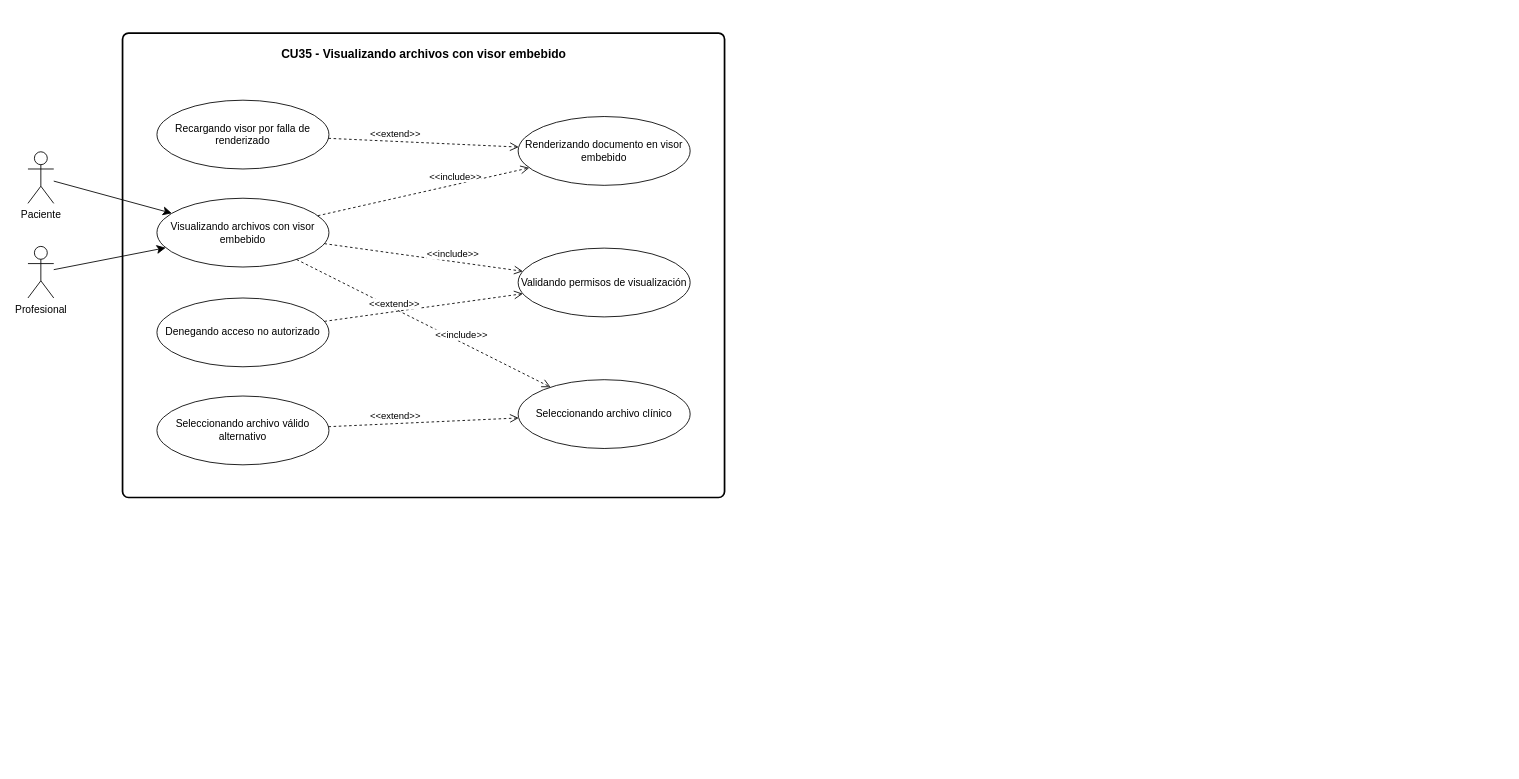
This is Documento 0/Diagramas de CU/CU35.drawio from souln4me/IDS_Documentacion_Grupo17, a draw.io file, before an edit. Source tidied: cells renumbered, new cells numbered last; positions are measured from the earlier drawing's top-left corner, leaving out a move shared by most shapes. Both pictures are drawn from the tidied source at 86%, with x=0, y=0 at pixel (28, 33).
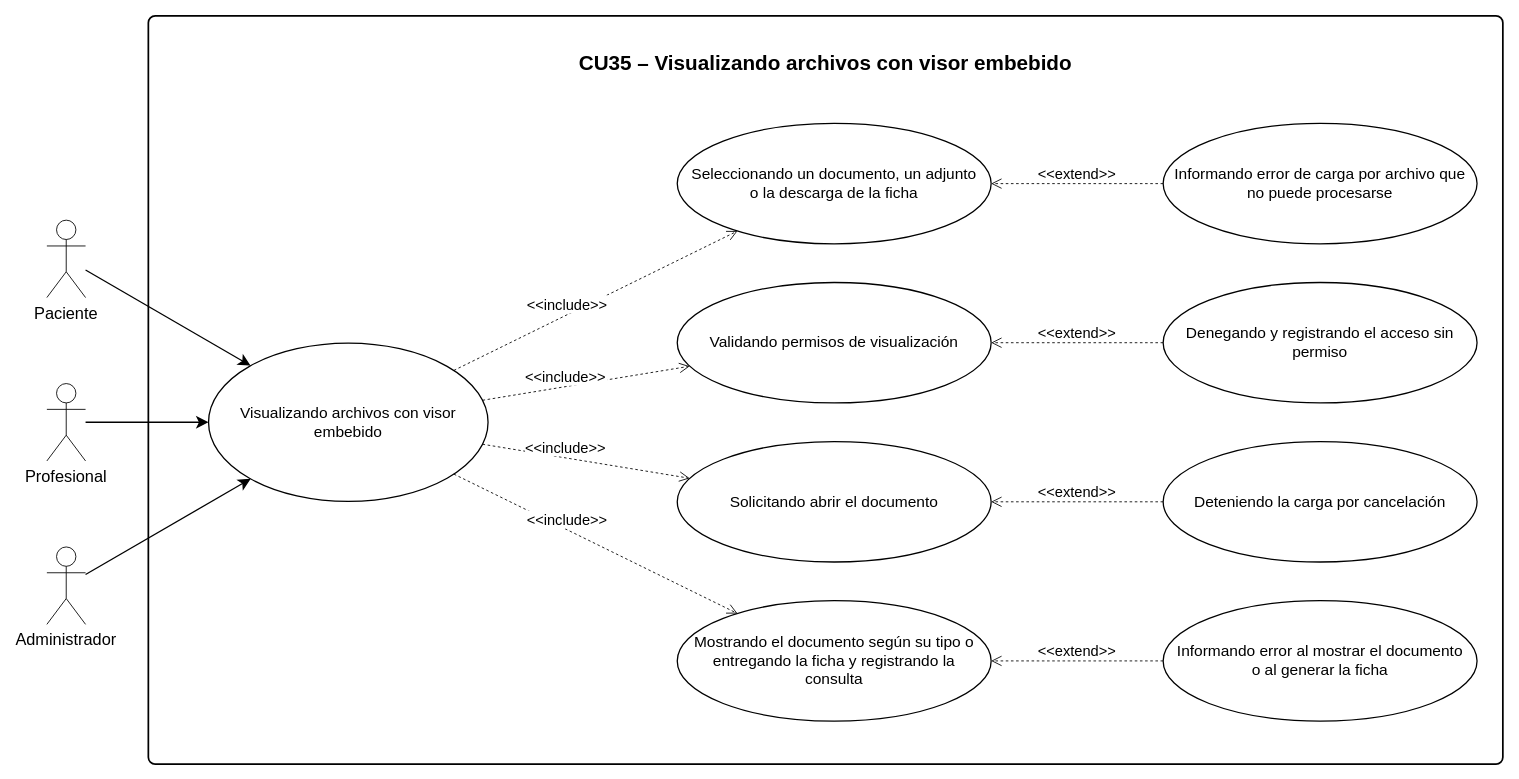
The same diagram, later.

Diff of the diagram source:
```diff
@@
-<mxGraphModel>
+<mxGraphModel background="#ffffff">
@@
-    <mxCell id="2" style="rounded=1;whiteSpace=wrap;html=1;absoluteArcSize=1;arcSize=14;strokeWidth=2;fillColor=none;" parent="1" vertex="1">
-      <mxGeometry x="110" width="700" height="540" as="geometry" />
-    </mxCell>
+    <mxCell id="21" style="rounded=1;whiteSpace=wrap;html=0;absoluteArcSize=1;arcSize=16;strokeWidth=2;fillColor=none;strokeColor=#000000;" parent="1" vertex="1">
+      <mxGeometry x="140" y="-20" width="1575" height="870" as="geometry" />
+    </mxCell>
-    <mxCell id="3" value="CU35 - Visualizando archivos con visor embebido" style="text;html=1;align=center;verticalAlign=middle;fontStyle=1;strokeColor=none;fillColor=none;fontSize=14;" parent="1" vertex="1">
-      <mxGeometry x="110" y="10" width="700" height="30" as="geometry" />
+    <mxCell id="3" value="CU35 – Visualizando archivos con visor embebido" style="text;html=0;align=center;verticalAlign=middle;fontStyle=1;strokeColor=none;fillColor=none;fontSize=24;fontFamily=Arial;fontColor=#000000;" parent="1" vertex="1">
+      <mxGeometry x="170" width="1515" height="65" as="geometry" />
     </mxCell>
-    <mxCell id="4" value="Recargando visor por falla de renderizado" style="ellipse;whiteSpace=wrap;html=1;" parent="1" vertex="1">
-      <mxGeometry x="150" y="78" width="200" height="80" as="geometry" />
-    </mxCell>
-    <mxCell id="5" value="Visualizando archivos con visor embebido" style="ellipse;whiteSpace=wrap;html=1;" parent="1" vertex="1">
-      <mxGeometry x="150" y="192" width="200" height="80" as="geometry" />
+    <mxCell id="5" value="Visualizando archivos con visor embebido" style="ellipse;whiteSpace=wrap;html=0;align=center;verticalAlign=middle;fillColor=#FFFFFF;strokeColor=#000000;strokeWidth=1.5;fontFamily=Arial;fontSize=18;fontColor=#000000;spacing=12;" parent="1" vertex="1">
+      <mxGeometry x="210" y="360.5" width="325" height="184" as="geometry" />
     </mxCell>
-    <mxCell id="6" value="Denegando acceso no autorizado" style="ellipse;whiteSpace=wrap;html=1;" parent="1" vertex="1">
-      <mxGeometry x="150" y="308" width="200" height="80" as="geometry" />
-    </mxCell>
-    <mxCell id="7" value="Seleccionando archivo válido alternativo" style="ellipse;whiteSpace=wrap;html=1;" parent="1" vertex="1">
-      <mxGeometry x="150" y="422" width="200" height="80" as="geometry" />
-    </mxCell>
-    <mxCell id="8" value="Renderizando documento en visor embebido" style="ellipse;whiteSpace=wrap;html=1;" parent="1" vertex="1">
-      <mxGeometry x="570" y="97" width="200" height="80" as="geometry" />
-    </mxCell>
-    <mxCell id="9" value="Validando permisos de visualización" style="ellipse;whiteSpace=wrap;html=1;" parent="1" vertex="1">
-      <mxGeometry x="570" y="250" width="200" height="80" as="geometry" />
-    </mxCell>
-    <mxCell id="10" value="Seleccionando archivo clínico" style="ellipse;whiteSpace=wrap;html=1;" parent="1" vertex="1">
-      <mxGeometry x="570" y="403" width="200" height="80" as="geometry" />
-    </mxCell>
-    <mxCell id="11" value="&amp;lt;&amp;lt;include&amp;gt;&amp;gt;" style="html=1;verticalAlign=bottom;endArrow=open;dashed=1;endSize=8;curved=0;rounded=0;" parent="1" edge="1" source="5" target="8">
-      <mxGeometry x="0.3" relative="1" as="geometry" />
-    </mxCell>
-    <mxCell id="12" value="&amp;lt;&amp;lt;include&amp;gt;&amp;gt;" style="html=1;verticalAlign=bottom;endArrow=open;dashed=1;endSize=8;curved=0;rounded=0;" parent="1" edge="1" source="5" target="9">
-      <mxGeometry x="0.3" relative="1" as="geometry" />
-    </mxCell>
-    <mxCell id="13" value="&amp;lt;&amp;lt;include&amp;gt;&amp;gt;" style="html=1;verticalAlign=bottom;endArrow=open;dashed=1;endSize=8;curved=0;rounded=0;" parent="1" edge="1" source="5" target="10">
-      <mxGeometry x="0.3" relative="1" as="geometry" />
-    </mxCell>
-    <mxCell id="14" value="&amp;lt;&amp;lt;extend&amp;gt;&amp;gt;" style="html=1;verticalAlign=bottom;endArrow=open;dashed=1;endSize=8;curved=0;rounded=0;" parent="1" edge="1" source="4" target="8">
-      <mxGeometry x="-0.3" relative="1" as="geometry" />
-    </mxCell>
-    <mxCell id="15" value="&amp;lt;&amp;lt;extend&amp;gt;&amp;gt;" style="html=1;verticalAlign=bottom;endArrow=open;dashed=1;endSize=8;curved=0;rounded=0;" parent="1" edge="1" source="6" target="9">
-      <mxGeometry x="-0.3" relative="1" as="geometry" />
-    </mxCell>
-    <mxCell id="16" value="&amp;lt;&amp;lt;extend&amp;gt;&amp;gt;" style="html=1;verticalAlign=bottom;endArrow=open;dashed=1;endSize=8;curved=0;rounded=0;" parent="1" edge="1" source="7" target="10">
-      <mxGeometry x="-0.3" relative="1" as="geometry" />
-    </mxCell>
-    <mxCell id="17" value="Paciente" style="shape=umlActor;verticalLabelPosition=bottom;verticalAlign=top;html=1;outlineConnect=0;" parent="1" vertex="1">
-      <mxGeometry y="138" width="30" height="60" as="geometry" />
+    <mxCell id="17" value="Paciente" style="shape=umlActor;verticalLabelPosition=bottom;verticalAlign=top;html=0;outlineConnect=0;fillColor=#FFFFFF;strokeColor=#000000;fontFamily=Arial;fontSize=19;fontColor=#000000;" parent="1" vertex="1">
+      <mxGeometry x="22" y="217.5" width="45" height="90" as="geometry" />
     </mxCell>
-    <mxCell id="18" style="html=1;endArrow=classic;endSize=8;curved=0;rounded=0;" parent="1" edge="1" source="17" target="5">
+    <mxCell id="18" style="html=0;endArrow=classic;endSize=10;curved=0;rounded=0;strokeColor=#000000;strokeWidth=1.5;" parent="1" edge="1" source="17" target="5">
       <mxGeometry relative="1" as="geometry" />
     </mxCell>
-    <mxCell id="19" value="Profesional" style="shape=umlActor;verticalLabelPosition=bottom;verticalAlign=top;html=1;outlineConnect=0;" parent="1" vertex="1">
-      <mxGeometry y="248" width="30" height="60" as="geometry" />
+    <mxCell id="19" value="Profesional" style="shape=umlActor;verticalLabelPosition=bottom;verticalAlign=top;html=0;outlineConnect=0;fillColor=#FFFFFF;strokeColor=#000000;fontFamily=Arial;fontSize=19;fontColor=#000000;" parent="1" vertex="1">
+      <mxGeometry x="22" y="407.5" width="45" height="90" as="geometry" />
     </mxCell>
-    <mxCell id="20" style="html=1;endArrow=classic;endSize=8;curved=0;rounded=0;" parent="1" edge="1" source="19" target="5">
+    <mxCell id="20" style="html=0;endArrow=classic;endSize=10;curved=0;rounded=0;strokeColor=#000000;strokeWidth=1.5;" parent="1" edge="1" source="19" target="5">
       <mxGeometry relative="1" as="geometry" />
     </mxCell>
+    <mxCell id="22" value="Administrador" style="shape=umlActor;verticalLabelPosition=bottom;verticalAlign=top;html=0;outlineConnect=0;fillColor=#FFFFFF;strokeColor=#000000;fontFamily=Arial;fontSize=19;fontColor=#000000;" parent="1" vertex="1">
+      <mxGeometry x="22" y="597.5" width="45" height="90" as="geometry" />
+    </mxCell>
+    <mxCell id="23" style="html=0;endArrow=classic;endSize=10;curved=0;rounded=0;strokeColor=#000000;strokeWidth=1.5;" parent="1" edge="1" source="22" target="5">
+      <mxGeometry relative="1" as="geometry" />
+    </mxCell>
+    <mxCell id="24" value="Seleccionando un documento, un adjunto o la descarga de la ficha" style="ellipse;whiteSpace=wrap;html=0;align=center;verticalAlign=middle;fillColor=#FFFFFF;strokeColor=#000000;strokeWidth=1.5;fontFamily=Arial;fontSize=18;fontColor=#000000;spacing=12;" parent="1" vertex="1">
+      <mxGeometry x="755" y="105" width="365" height="140" as="geometry" />
+    </mxCell>
+    <mxCell id="25" value="&lt;&lt;include&gt;&gt;" style="html=0;verticalAlign=bottom;endArrow=open;endFill=0;dashed=1;endSize=10;curved=0;rounded=0;strokeColor=#000000;fontColor=#000000;fontFamily=Arial;fontSize=17;labelBackgroundColor=#FFFFFF;" parent="1" edge="1" source="5" target="24">
+      <mxGeometry x="-0.2" relative="1" as="geometry" />
+    </mxCell>
+    <mxCell id="9" value="Validando permisos de visualización" style="ellipse;whiteSpace=wrap;html=0;align=center;verticalAlign=middle;fillColor=#FFFFFF;strokeColor=#000000;strokeWidth=1.5;fontFamily=Arial;fontSize=18;fontColor=#000000;spacing=12;" parent="1" vertex="1">
+      <mxGeometry x="755" y="290" width="365" height="140" as="geometry" />
+    </mxCell>
+    <mxCell id="12" value="&lt;&lt;include&gt;&gt;" style="html=0;verticalAlign=bottom;endArrow=open;endFill=0;dashed=1;endSize=10;curved=0;rounded=0;strokeColor=#000000;fontColor=#000000;fontFamily=Arial;fontSize=17;labelBackgroundColor=#FFFFFF;" parent="1" edge="1" source="5" target="9">
+      <mxGeometry x="-0.2" relative="1" as="geometry" />
+    </mxCell>
+    <mxCell id="26" value="Solicitando abrir el documento" style="ellipse;whiteSpace=wrap;html=0;align=center;verticalAlign=middle;fillColor=#FFFFFF;strokeColor=#000000;strokeWidth=1.5;fontFamily=Arial;fontSize=18;fontColor=#000000;spacing=12;" parent="1" vertex="1">
+      <mxGeometry x="755" y="475" width="365" height="140" as="geometry" />
+    </mxCell>
+    <mxCell id="27" value="&lt;&lt;include&gt;&gt;" style="html=0;verticalAlign=bottom;endArrow=open;endFill=0;dashed=1;endSize=10;curved=0;rounded=0;strokeColor=#000000;fontColor=#000000;fontFamily=Arial;fontSize=17;labelBackgroundColor=#FFFFFF;" parent="1" edge="1" source="5" target="26">
+      <mxGeometry x="-0.2" relative="1" as="geometry" />
+    </mxCell>
+    <mxCell id="28" value="Mostrando el documento según su tipo o entregando la ficha y registrando la consulta" style="ellipse;whiteSpace=wrap;html=0;align=center;verticalAlign=middle;fillColor=#FFFFFF;strokeColor=#000000;strokeWidth=1.5;fontFamily=Arial;fontSize=18;fontColor=#000000;spacing=12;" parent="1" vertex="1">
+      <mxGeometry x="755" y="660" width="365" height="140" as="geometry" />
+    </mxCell>
+    <mxCell id="29" value="&lt;&lt;include&gt;&gt;" style="html=0;verticalAlign=bottom;endArrow=open;endFill=0;dashed=1;endSize=10;curved=0;rounded=0;strokeColor=#000000;fontColor=#000000;fontFamily=Arial;fontSize=17;labelBackgroundColor=#FFFFFF;" parent="1" edge="1" source="5" target="28">
+      <mxGeometry x="-0.2" relative="1" as="geometry" />
+    </mxCell>
+    <mxCell id="30" value="Informando error de carga por archivo que no puede procesarse" style="ellipse;whiteSpace=wrap;html=0;align=center;verticalAlign=middle;fillColor=#FFFFFF;strokeColor=#000000;strokeWidth=1.5;fontFamily=Arial;fontSize=18;fontColor=#000000;spacing=12;" parent="1" vertex="1">
+      <mxGeometry x="1320" y="105" width="365" height="140" as="geometry" />
+    </mxCell>
+    <mxCell id="31" value="&lt;&lt;extend&gt;&gt;" style="html=0;verticalAlign=bottom;endArrow=open;endFill=0;dashed=1;endSize=10;curved=0;rounded=0;strokeColor=#000000;fontColor=#000000;fontFamily=Arial;fontSize=17;labelBackgroundColor=#FFFFFF;" parent="1" edge="1" source="30" target="24">
+      <mxGeometry relative="1" as="geometry" />
+    </mxCell>
+    <mxCell id="32" value="Denegando y registrando el acceso sin permiso" style="ellipse;whiteSpace=wrap;html=0;align=center;verticalAlign=middle;fillColor=#FFFFFF;strokeColor=#000000;strokeWidth=1.5;fontFamily=Arial;fontSize=18;fontColor=#000000;spacing=12;" parent="1" vertex="1">
+      <mxGeometry x="1320" y="290" width="365" height="140" as="geometry" />
+    </mxCell>
+    <mxCell id="33" value="&lt;&lt;extend&gt;&gt;" style="html=0;verticalAlign=bottom;endArrow=open;endFill=0;dashed=1;endSize=10;curved=0;rounded=0;strokeColor=#000000;fontColor=#000000;fontFamily=Arial;fontSize=17;labelBackgroundColor=#FFFFFF;" parent="1" edge="1" source="32" target="9">
+      <mxGeometry relative="1" as="geometry" />
+    </mxCell>
+    <mxCell id="34" value="Deteniendo la carga por cancelación" style="ellipse;whiteSpace=wrap;html=0;align=center;verticalAlign=middle;fillColor=#FFFFFF;strokeColor=#000000;strokeWidth=1.5;fontFamily=Arial;fontSize=18;fontColor=#000000;spacing=12;" parent="1" vertex="1">
+      <mxGeometry x="1320" y="475" width="365" height="140" as="geometry" />
+    </mxCell>
+    <mxCell id="35" value="&lt;&lt;extend&gt;&gt;" style="html=0;verticalAlign=bottom;endArrow=open;endFill=0;dashed=1;endSize=10;curved=0;rounded=0;strokeColor=#000000;fontColor=#000000;fontFamily=Arial;fontSize=17;labelBackgroundColor=#FFFFFF;" parent="1" edge="1" source="34" target="26">
+      <mxGeometry relative="1" as="geometry" />
+    </mxCell>
+    <mxCell id="36" value="Informando error al mostrar el documento o al generar la ficha" style="ellipse;whiteSpace=wrap;html=0;align=center;verticalAlign=middle;fillColor=#FFFFFF;strokeColor=#000000;strokeWidth=1.5;fontFamily=Arial;fontSize=18;fontColor=#000000;spacing=12;" parent="1" vertex="1">
+      <mxGeometry x="1320" y="660" width="365" height="140" as="geometry" />
+    </mxCell>
+    <mxCell id="37" value="&lt;&lt;extend&gt;&gt;" style="html=0;verticalAlign=bottom;endArrow=open;endFill=0;dashed=1;endSize=10;curved=0;rounded=0;strokeColor=#000000;fontColor=#000000;fontFamily=Arial;fontSize=17;labelBackgroundColor=#FFFFFF;" parent="1" edge="1" source="36" target="28">
+      <mxGeometry relative="1" as="geometry" />
+    </mxCell>
```
